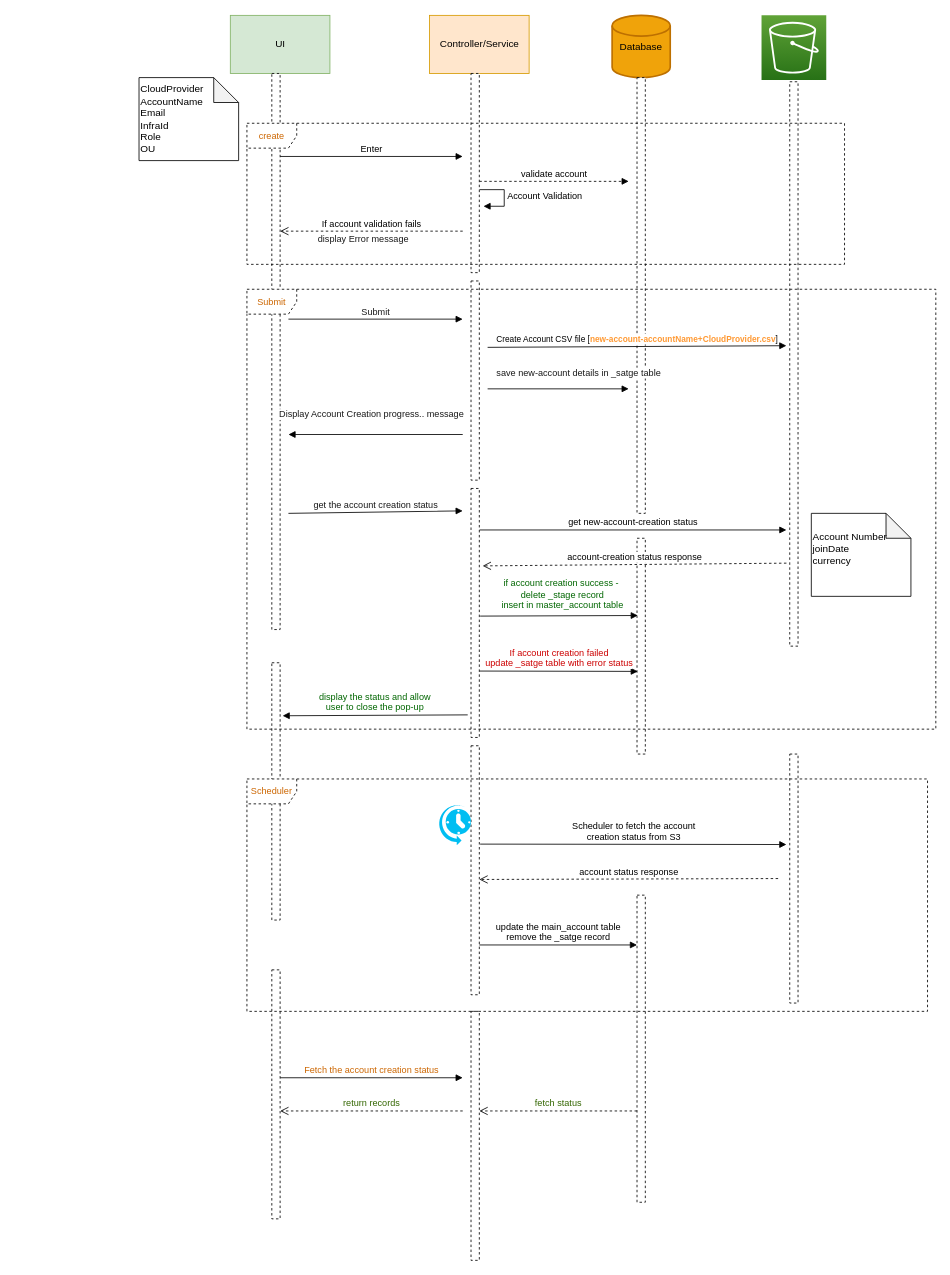
Above: page "Page-2" (2 of 2) of New-cloud-Account-flow-Diagram.drawio in venkatjavaji/my-notes (draw.io), before the change. Source tidied: cells renumbered, new cells numbered last; positions are measured from the earlier drawing's top-left corner, leaving out a move shared by most shapes. Both pictures are drawn from the tidied source at 83%, with x=0, y=0 at pixel (139, 15).
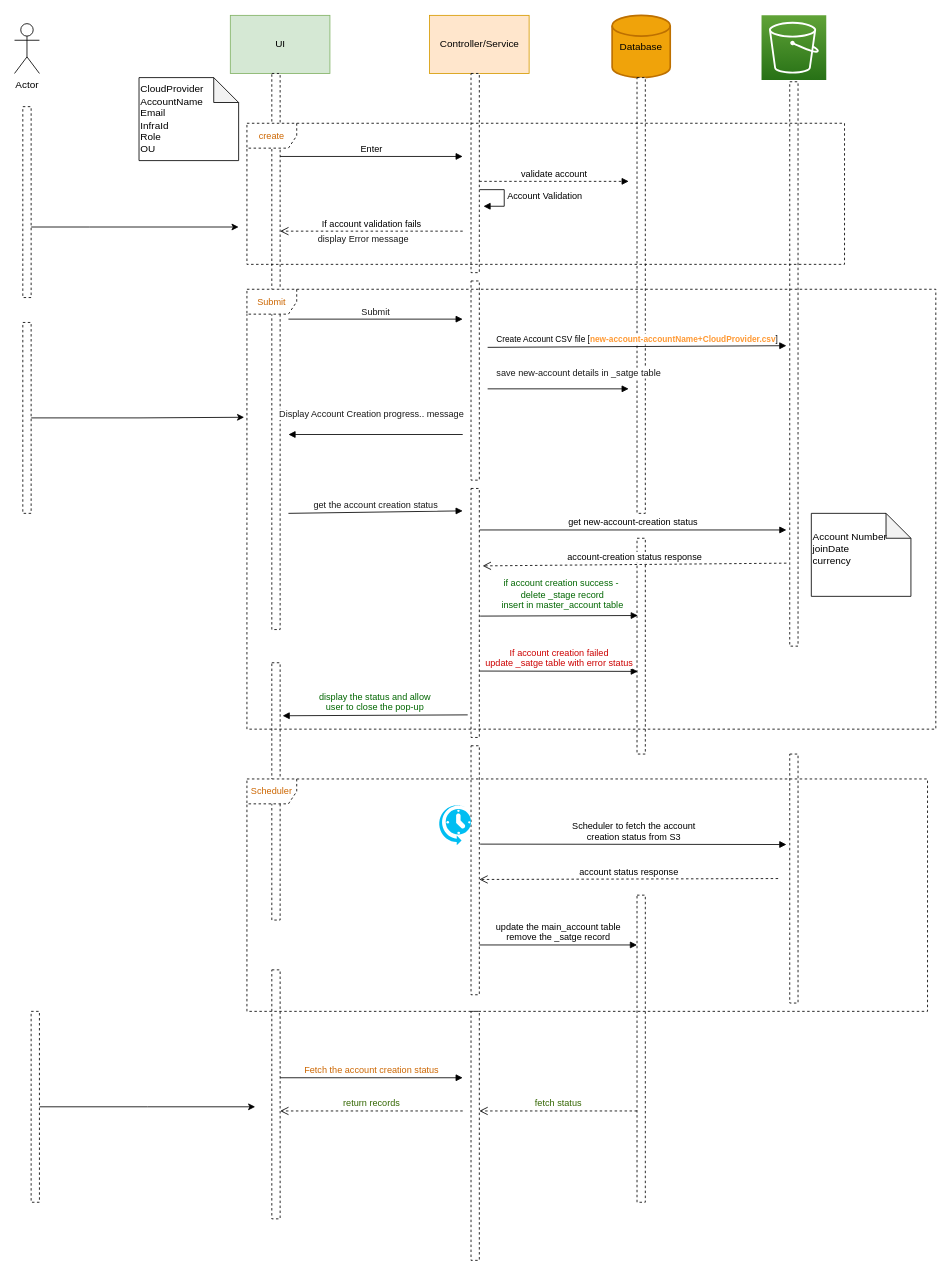
The same diagram, later.

The change refers to these unchanged cells:
```xml
<mxCell id="45" value="Submit" style="shape=umlFrame;whiteSpace=wrap;html=1;dashed=1;strokeWidth=1;fontSize=11;fontColor=#CC6600;" parent="1" vertex="1">
  <mxGeometry x="130" y="330" width="830" height="530" as="geometry" />
</mxCell>
```

Diff of the diagram source:
```diff
@@
+    <mxCell id="47" value="Actor" style="shape=umlActor;verticalLabelPosition=bottom;verticalAlign=top;html=1;" parent="1" vertex="1">
+      <mxGeometry x="-150" y="10" width="30" height="60" as="geometry" />
+    </mxCell>
+    <mxCell id="48" style="edgeStyle=orthogonalEdgeStyle;rounded=0;jettySize=auto;html=1;" parent="1" edge="1" source="49">
+      <mxGeometry relative="1" as="geometry">
+        <mxPoint x="120" y="255" as="targetPoint" />
+        <Array as="points">
+          <mxPoint x="-60" y="255" />
+          <mxPoint x="-60" y="255" />
+        </Array>
+      </mxGeometry>
+    </mxCell>
+    <mxCell id="49" style="html=1;points=[];perimeter=orthogonalPerimeter;dashed=1;" parent="1" vertex="1">
+      <mxGeometry x="-140" y="110" width="10" height="230" as="geometry" />
+    </mxCell>
+    <mxCell id="50" style="edgeStyle=orthogonalEdgeStyle;rounded=0;jettySize=auto;html=1;entryX=-0.004;entryY=0.291;entryDx=0;entryDy=0;entryPerimeter=0;" parent="1" edge="1" source="51" target="45">
+      <mxGeometry relative="1" as="geometry" />
+    </mxCell>
+    <mxCell id="51" style="html=1;points=[];perimeter=orthogonalPerimeter;dashed=1;" parent="1" vertex="1">
+      <mxGeometry x="-140" y="370" width="10" height="230" as="geometry" />
+    </mxCell>
+    <mxCell id="52" style="edgeStyle=orthogonalEdgeStyle;rounded=0;jettySize=auto;html=1;" parent="1" edge="1" source="53">
+      <mxGeometry relative="1" as="geometry">
+        <mxPoint x="140" y="1315" as="targetPoint" />
+      </mxGeometry>
+    </mxCell>
+    <mxCell id="53" style="html=1;points=[];perimeter=orthogonalPerimeter;dashed=1;" parent="1" vertex="1">
+      <mxGeometry x="-130" y="1200" width="10" height="230" as="geometry" />
+    </mxCell>
```
